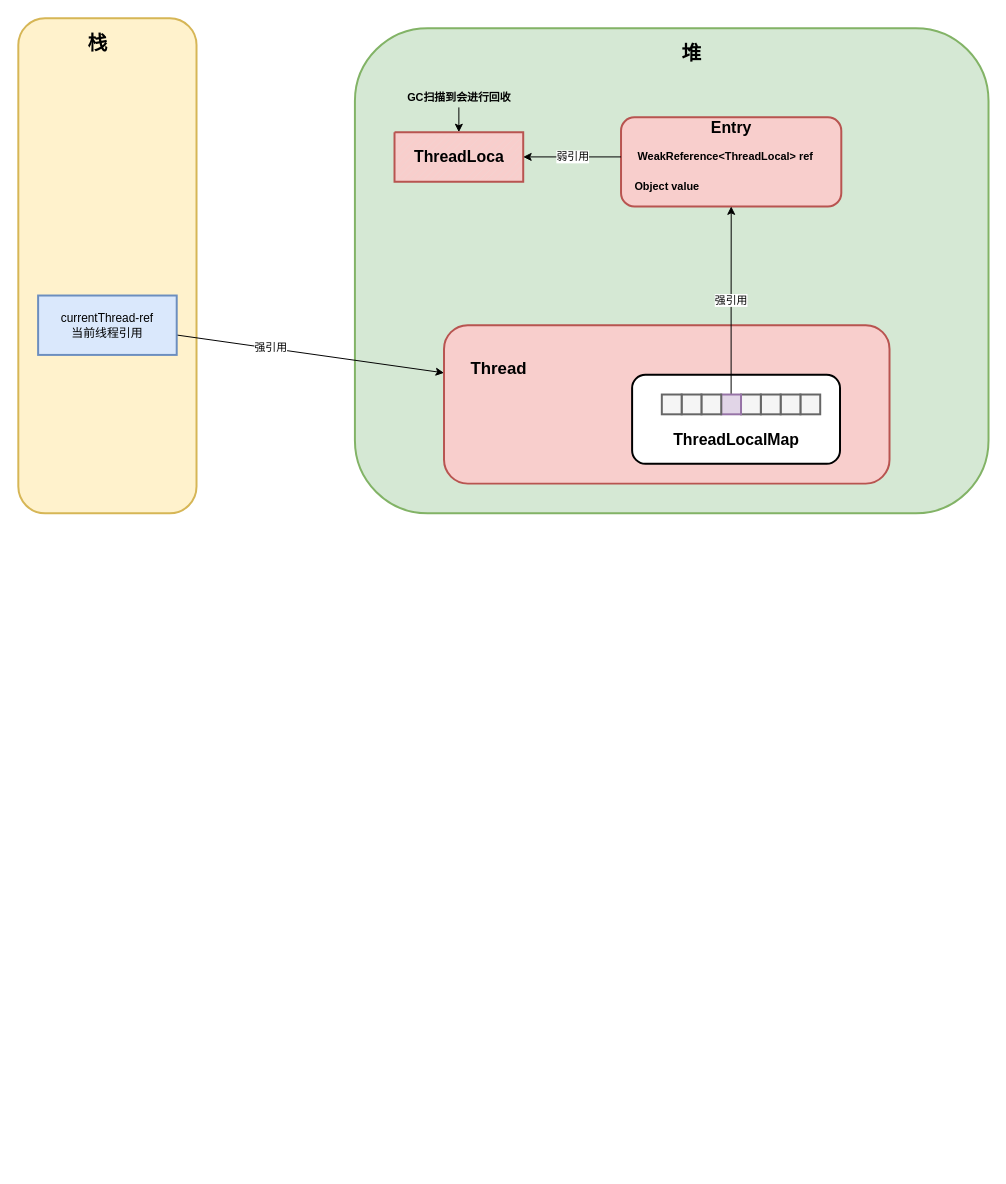
Above: page "Page-5" (5 of 5) of ThreadLocal.drawio in 18702524676/drawing (draw.io), before the change. Source tidied: cells renumbered, new cells numbered last; positions are measured from the earlier drawing's top-left corner, leaving out a move shared by most shapes. Both pictures are drawn from the tidied source at 99%, with x=0, y=0 at pixel (18, 18).
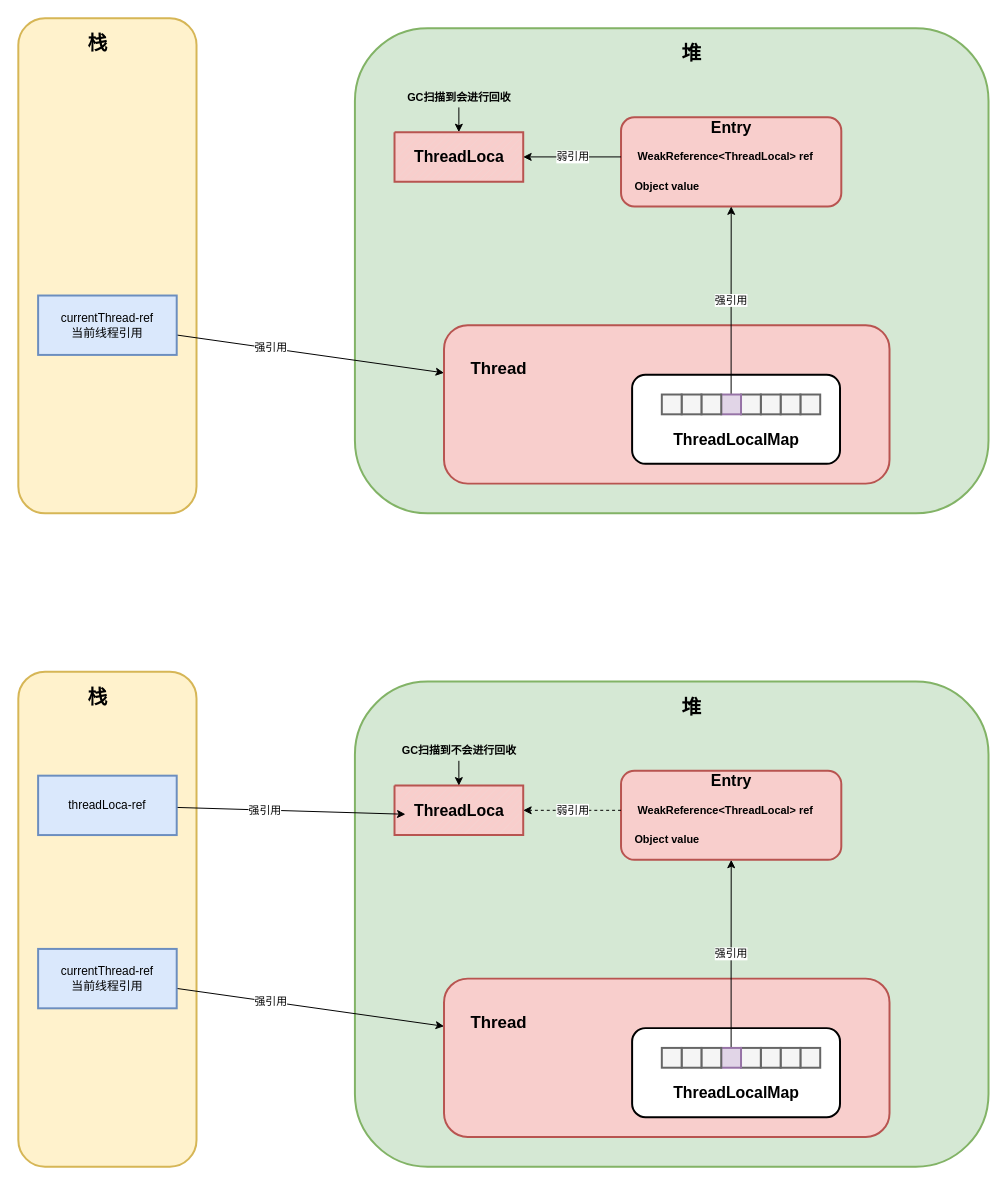
Above is the later version.

Commit message:
线程本地变量

Change to the diagram source:
```diff
@@
+    <mxCell id="31" style="rounded=1;whiteSpace=wrap;html=1;strokeWidth=2;fillColor=#d5e8d4;strokeColor=#82b366;" parent="1" vertex="1">
+      <mxGeometry x="340" y="670" width="640" height="490" as="geometry" />
+    </mxCell>
+    <mxCell id="32" style="rounded=1;whiteSpace=wrap;html=1;strokeWidth=2;fontSize=11;fillColor=#f8cecc;strokeColor=#b85450;" parent="1" vertex="1">
+      <mxGeometry x="608.8" y="760" width="222.5" height="90" as="geometry" />
+    </mxCell>
+    <mxCell id="33" style="verticalLabelPosition=bottom;verticalAlign=top;html=1;shape=mxgraph.basic.patternFillRect;fillStyle=diag;step=5;fillStrokeWidth=0.2;fillStrokeColor=#dddddd;strokeWidth=2;fontSize=16;fillColor=#f8cecc;strokeColor=#b85450;" parent="1" vertex="1">
+      <mxGeometry x="380" y="775" width="130" height="50" as="geometry" />
+    </mxCell>
+    <mxCell id="34" style="rounded=1;whiteSpace=wrap;html=1;strokeWidth=2;fillColor=#fff2cc;strokeColor=#d6b656;" parent="1" vertex="1">
+      <mxGeometry y="660" width="180" height="500" as="geometry" />
+    </mxCell>
+    <mxCell id="35" style="rounded=0;jettySize=auto;html=1;fontSize=11;" parent="1" edge="1" source="37" target="40">
+      <mxGeometry relative="1" as="geometry" />
+    </mxCell>
+    <mxCell id="36" value="强引用" style="edgeLabel;html=1;align=center;verticalAlign=middle;fontSize=11;" parent="35" vertex="1">
+      <mxGeometry x="-0.3" y="1" relative="1" as="geometry" />
+    </mxCell>
+    <mxCell id="37" value="&lt;span&gt;currentThread-ref&lt;br&gt;当前线程引用&lt;br&gt;&lt;/span&gt;" style="rounded=0;whiteSpace=wrap;html=1;strokeWidth=2;fillColor=#dae8fc;strokeColor=#6c8ebf;" parent="1" vertex="1">
+      <mxGeometry x="20" y="940" width="140" height="60" as="geometry" />
+    </mxCell>
+    <mxCell id="38" value="栈" style="text;html=1;align=center;verticalAlign=middle;fontStyle=1;fontSize=20;" parent="1" vertex="1">
+      <mxGeometry x="60" y="670" width="40" height="30" as="geometry" />
+    </mxCell>
+    <mxCell id="39" value="堆" style="text;html=1;align=center;verticalAlign=middle;fontStyle=1;fontSize=20;" parent="1" vertex="1">
+      <mxGeometry x="660" y="680" width="40" height="30" as="geometry" />
+    </mxCell>
+    <mxCell id="40" style="rounded=1;whiteSpace=wrap;html=1;strokeWidth=2;fontSize=20;fillColor=#f8cecc;strokeColor=#b85450;" parent="1" vertex="1">
+      <mxGeometry x="430" y="970" width="450" height="160" as="geometry" />
+    </mxCell>
+    <mxCell id="41" value="&lt;span style=&quot;font-size: 17px;&quot;&gt;Thread&lt;/span&gt;" style="text;html=1;align=center;verticalAlign=middle;fontSize=17;fontStyle=1;" parent="1" vertex="1">
+      <mxGeometry x="450" y="1000" width="70" height="30" as="geometry" />
+    </mxCell>
+    <mxCell id="42" style="rounded=1;whiteSpace=wrap;html=1;strokeWidth=2;fontSize=17;" parent="1" vertex="1">
+      <mxGeometry x="620" y="1020" width="210" height="90" as="geometry" />
+    </mxCell>
+    <mxCell id="43" value="&lt;b style=&quot;font-size: 16px;&quot;&gt;ThreadLocalMap&lt;/b&gt;" style="text;html=1;align=center;verticalAlign=middle;fontSize=16;" parent="1" vertex="1">
+      <mxGeometry x="655" y="1075" width="140" height="20" as="geometry" />
+    </mxCell>
+    <mxCell id="44" style="rounded=0;whiteSpace=wrap;html=1;strokeWidth=2;fontSize=16;fillColor=#f5f5f5;strokeColor=#666666;fontColor=#333333;" parent="1" vertex="1">
+      <mxGeometry x="790" y="1040" width="20" height="20" as="geometry" />
+    </mxCell>
+    <mxCell id="45" style="rounded=0;whiteSpace=wrap;html=1;strokeWidth=2;fontSize=16;fillColor=#f5f5f5;strokeColor=#666666;fontColor=#333333;" parent="1" vertex="1">
+      <mxGeometry x="770" y="1040" width="20" height="20" as="geometry" />
+    </mxCell>
+    <mxCell id="46" style="rounded=0;whiteSpace=wrap;html=1;strokeWidth=2;fontSize=16;fillColor=#f5f5f5;strokeColor=#666666;fontColor=#333333;" parent="1" vertex="1">
+      <mxGeometry x="750" y="1040" width="20" height="20" as="geometry" />
+    </mxCell>
+    <mxCell id="47" style="rounded=0;whiteSpace=wrap;html=1;strokeWidth=2;fontSize=16;fillColor=#f5f5f5;strokeColor=#666666;fontColor=#333333;" parent="1" vertex="1">
+      <mxGeometry x="730" y="1040" width="20" height="20" as="geometry" />
+    </mxCell>
+    <mxCell id="48" value="强引用" style="edgeStyle=orthogonalEdgeStyle;rounded=0;jettySize=auto;html=1;fontSize=11;" parent="1" edge="1" source="49" target="32">
+      <mxGeometry relative="1" as="geometry" />
+    </mxCell>
+    <mxCell id="49" style="rounded=0;whiteSpace=wrap;html=1;strokeWidth=2;fontSize=16;fillColor=#e1d5e7;strokeColor=#9673a6;" parent="1" vertex="1">
+      <mxGeometry x="710" y="1040" width="20" height="20" as="geometry" />
+    </mxCell>
+    <mxCell id="50" style="rounded=0;whiteSpace=wrap;html=1;strokeWidth=2;fontSize=16;fillColor=#f5f5f5;strokeColor=#666666;fontColor=#333333;" parent="1" vertex="1">
+      <mxGeometry x="690" y="1040" width="20" height="20" as="geometry" />
+    </mxCell>
+    <mxCell id="51" style="rounded=0;whiteSpace=wrap;html=1;strokeWidth=2;fontSize=16;fillColor=#f5f5f5;strokeColor=#666666;fontColor=#333333;" parent="1" vertex="1">
+      <mxGeometry x="670" y="1040" width="20" height="20" as="geometry" />
+    </mxCell>
+    <mxCell id="52" style="rounded=0;whiteSpace=wrap;html=1;strokeWidth=2;fontSize=16;fillColor=#f5f5f5;strokeColor=#666666;fontColor=#333333;" parent="1" vertex="1">
+      <mxGeometry x="650" y="1040" width="20" height="20" as="geometry" />
+    </mxCell>
+    <mxCell id="53" value="Entry" style="text;html=1;align=center;verticalAlign=middle;fontSize=16;fontStyle=1;" parent="1" vertex="1">
+      <mxGeometry x="690" y="760" width="60" height="20" as="geometry" />
+    </mxCell>
+    <mxCell id="54" value="弱引用" style="edgeStyle=orthogonalEdgeStyle;rounded=0;jettySize=auto;html=1;entryX=1;entryY=0.5;entryDx=0;entryDy=0;entryPerimeter=0;fontSize=11;dashed=1;" parent="1" edge="1" source="55" target="33">
+      <mxGeometry relative="1" as="geometry" />
+    </mxCell>
+    <mxCell id="55" value="WeakReference&amp;lt;ThreadLocal&amp;gt; ref" style="text;html=1;align=center;verticalAlign=middle;points=[];fontSize=11;fontStyle=1;" parent="1" vertex="1">
+      <mxGeometry x="608.8" y="790" width="210" height="20" as="geometry" />
+    </mxCell>
+    <mxCell id="56" value="Object value" style="text;html=1;align=center;verticalAlign=middle;fontSize=11;fontStyle=1;" parent="1" vertex="1">
+      <mxGeometry x="610" y="820" width="90" height="20" as="geometry" />
+    </mxCell>
+    <mxCell id="57" value="&lt;b style=&quot;font-size: 16px&quot;&gt;ThreadLoca&lt;/b&gt;" style="text;html=1;align=center;verticalAlign=middle;fontSize=11;" parent="1" vertex="1">
+      <mxGeometry x="390" y="790" width="110" height="20" as="geometry" />
+    </mxCell>
+    <mxCell id="58" style="edgeStyle=none;rounded=0;jettySize=auto;html=1;entryX=0.5;entryY=0;entryDx=0;entryDy=0;entryPerimeter=0;fontSize=11;" parent="1" edge="1" source="59" target="33">
+      <mxGeometry relative="1" as="geometry" />
+    </mxCell>
+    <mxCell id="59" value="GC扫描到不会进行回收" style="text;html=1;align=center;verticalAlign=middle;points=[];fontSize=11;fontStyle=1;" parent="1" vertex="1">
+      <mxGeometry x="375" y="730" width="140" height="20" as="geometry" />
+    </mxCell>
+    <mxCell id="60" style="rounded=0;jettySize=auto;html=1;entryX=0.085;entryY=0.58;entryDx=0;entryDy=0;entryPerimeter=0;" parent="1" edge="1" source="62" target="33">
+      <mxGeometry relative="1" as="geometry" />
+    </mxCell>
+    <mxCell id="61" value="强引用" style="edgeLabel;html=1;align=center;verticalAlign=middle;" parent="60" vertex="1">
+      <mxGeometry x="-0.23" relative="1" as="geometry" />
+    </mxCell>
+    <mxCell id="62" value="&lt;span&gt;threadLoca-ref&lt;br&gt;&lt;/span&gt;" style="rounded=0;whiteSpace=wrap;html=1;strokeWidth=2;fillColor=#dae8fc;strokeColor=#6c8ebf;" parent="1" vertex="1">
+      <mxGeometry x="20" y="765" width="140" height="60" as="geometry" />
+    </mxCell>
```
